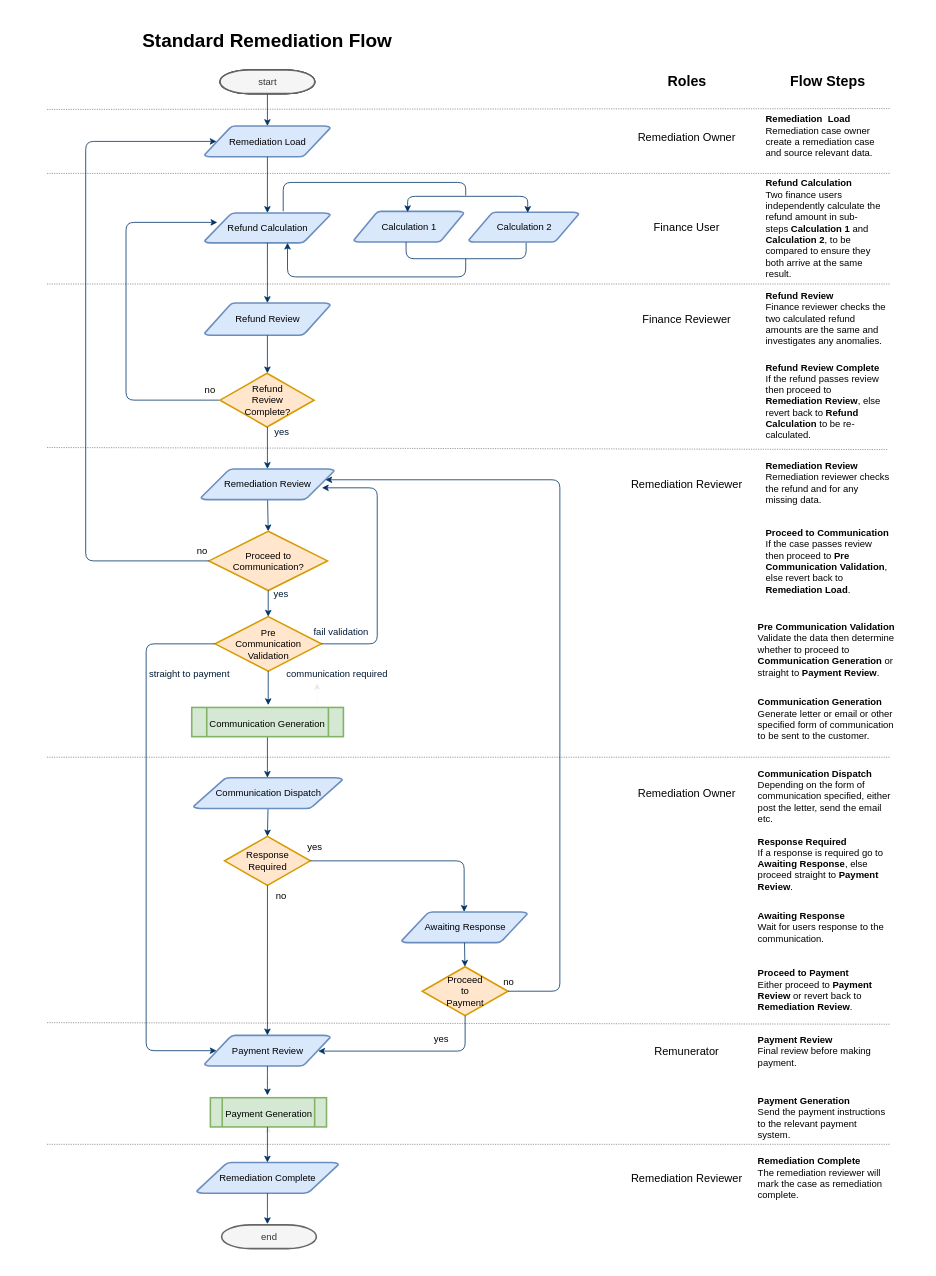
This is readme-images/BasicRemediationFlow.drawio from grantcolley/headway, a draw.io file, before an edit. Source tidied: cells renumbered, new cells numbered last; positions are measured from the earlier drawing's top-left corner, leaving out a move shared by most shapes. Both pictures are drawn from the tidied source at 79%, with x=0, y=0 at pixel (47, 29).
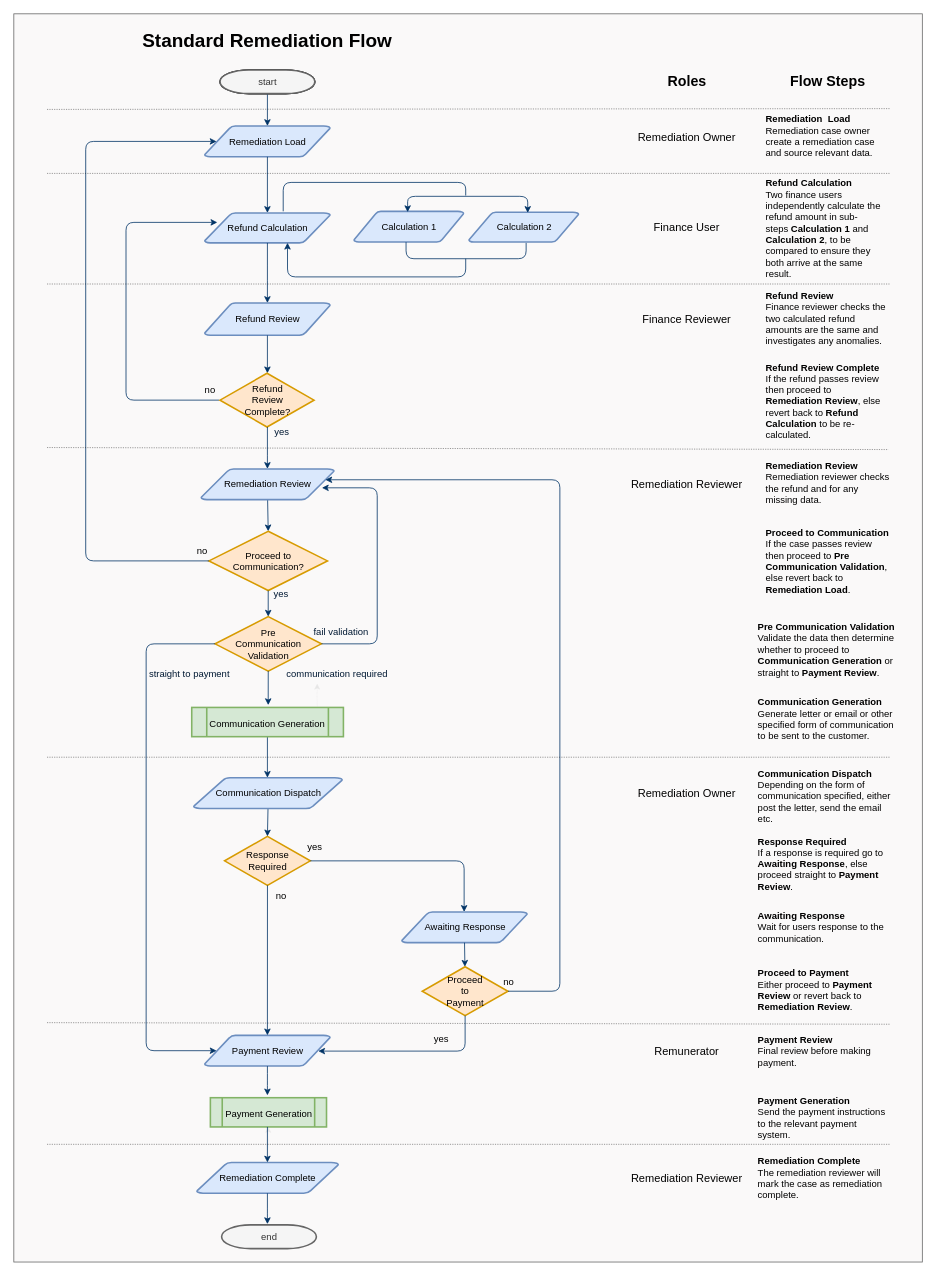
After the change.

The edit, as a diff of the source:
```diff
@@
+    <mxCell id="94" style="rounded=0;whiteSpace=wrap;html=1;fillColor=#FAF9F9;fontColor=#333333;strokeColor=#666666;" parent="1" vertex="1">
+      <mxGeometry x="-42" y="-20" width="1150" height="1580" as="geometry" />
+    </mxCell>
```
